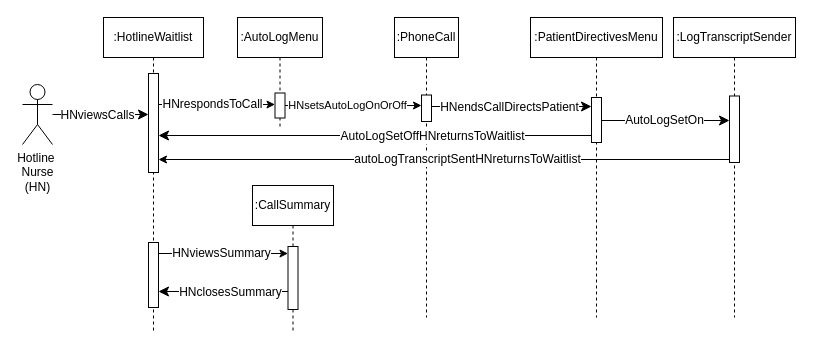
This is AmirWork/M2/Nurse_Hotline_SequenceDiagram.drawio from SENG-350-2024-fall/Team9, a draw.io file, before an edit. Source tidied: cells renumbered, new cells numbered last; positions are measured from the earlier drawing's top-left corner, leaving out a move shared by most shapes. Both pictures are drawn from the tidied source at 100%, with x=0, y=0 at pixel (22, 17).
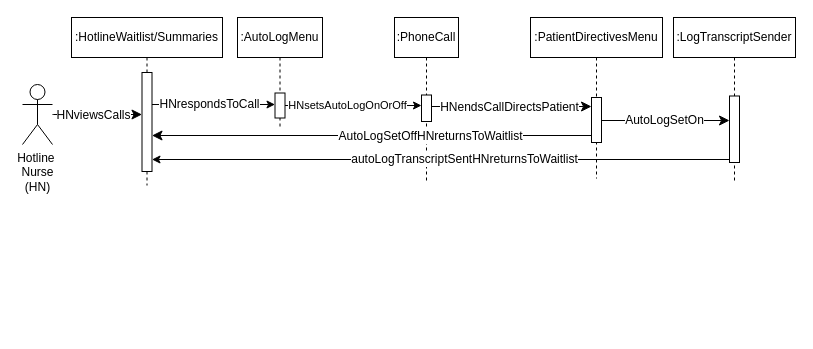
Above is the later version.

What changed in the source:
```diff
@@
-    <mxCell id="2" value=":CallSummary" style="shape=umlLifeline;perimeter=lifelinePerimeter;whiteSpace=wrap;html=1;newEdgeStyle={&quot;edgeStyle&quot;:&quot;elbowEdgeStyle&quot;,&quot;elbow&quot;:&quot;vertical&quot;,&quot;curved&quot;:0,&quot;rounded&quot;:0};" parent="1" vertex="1">
-      <mxGeometry x="230" y="168" width="81" height="146" as="geometry" />
-    </mxCell>
-    <mxCell id="3" style="html=1;points=[];perimeter=orthogonalPerimeter;outlineConnect=0;targetShapes=umlLifeline;portConstraint=eastwest;newEdgeStyle={&quot;edgeStyle&quot;:&quot;elbowEdgeStyle&quot;,&quot;elbow&quot;:&quot;vertical&quot;,&quot;curved&quot;:0,&quot;rounded&quot;:0};" parent="2" vertex="1">
-      <mxGeometry x="35.5" y="61" width="10" height="63" as="geometry" />
-    </mxCell>
-    <mxCell id="4" value=":HotlineWaitlist" style="shape=umlLifeline;perimeter=lifelinePerimeter;whiteSpace=wrap;html=1;outlineConnect=0;portConstraint=eastwest;newEdgeStyle={&quot;edgeStyle&quot;:&quot;elbowEdgeStyle&quot;,&quot;elbow&quot;:&quot;vertical&quot;,&quot;curved&quot;:0,&quot;rounded&quot;:0};" parent="1" vertex="1">
-      <mxGeometry x="81" width="100" height="313" as="geometry" />
+    <mxCell id="4" value=":HotlineWaitlist/Summaries" style="shape=umlLifeline;perimeter=lifelinePerimeter;whiteSpace=wrap;html=1;outlineConnect=0;portConstraint=eastwest;newEdgeStyle={&quot;edgeStyle&quot;:&quot;elbowEdgeStyle&quot;,&quot;elbow&quot;:&quot;vertical&quot;,&quot;curved&quot;:0,&quot;rounded&quot;:0};" parent="1" vertex="1">
+      <mxGeometry x="49" width="151" height="168" as="geometry" />
     </mxCell>
     <mxCell id="5" style="html=1;points=[];perimeter=orthogonalPerimeter;outlineConnect=0;targetShapes=umlLifeline;portConstraint=eastwest;newEdgeStyle={&quot;edgeStyle&quot;:&quot;elbowEdgeStyle&quot;,&quot;elbow&quot;:&quot;vertical&quot;,&quot;curved&quot;:0,&quot;rounded&quot;:0};" parent="4" vertex="1">
-      <mxGeometry x="45" y="56" width="10" height="99" as="geometry" />
+      <mxGeometry x="70.5" y="55" width="10" height="99" as="geometry" />
     </mxCell>
-    <mxCell id="6" style="html=1;points=[];perimeter=orthogonalPerimeter;outlineConnect=0;targetShapes=umlLifeline;portConstraint=eastwest;newEdgeStyle={&quot;edgeStyle&quot;:&quot;elbowEdgeStyle&quot;,&quot;elbow&quot;:&quot;vertical&quot;,&quot;curved&quot;:0,&quot;rounded&quot;:0};" parent="4" vertex="1">
-      <mxGeometry x="45" y="225" width="10" height="65" as="geometry" />
-    </mxCell>
-    <mxCell id="7" style="edgeStyle=elbowEdgeStyle;curved=0;rounded=0;jettySize=auto;html=1;elbow=horizontal;fontSize=12;startSize=8;endSize=8;" parent="4" edge="1" source="6" target="4">
-      <mxGeometry relative="1" as="geometry" />
-    </mxCell>
@@
     <mxCell id="15" value=":PhoneCall" style="shape=umlLifeline;perimeter=lifelinePerimeter;whiteSpace=wrap;html=1;newEdgeStyle={&quot;edgeStyle&quot;:&quot;elbowEdgeStyle&quot;,&quot;elbow&quot;:&quot;vertical&quot;,&quot;curved&quot;:0,&quot;rounded&quot;:0};" parent="1" vertex="1">
-      <mxGeometry x="372" width="64" height="300" as="geometry" />
+      <mxGeometry x="372" width="64" height="163" as="geometry" />
     </mxCell>
@@
     <mxCell id="19" value=":PatientDirectivesMenu" style="shape=umlLifeline;perimeter=lifelinePerimeter;whiteSpace=wrap;html=1;newEdgeStyle={&quot;edgeStyle&quot;:&quot;elbowEdgeStyle&quot;,&quot;elbow&quot;:&quot;vertical&quot;,&quot;curved&quot;:0,&quot;rounded&quot;:0};" parent="1" vertex="1">
-      <mxGeometry x="508" width="132" height="300" as="geometry" />
+      <mxGeometry x="508" width="132" height="161" as="geometry" />
     </mxCell>
@@
     <mxCell id="23" value=":LogTranscriptSender" style="shape=umlLifeline;perimeter=lifelinePerimeter;whiteSpace=wrap;html=1;newEdgeStyle={&quot;edgeStyle&quot;:&quot;elbowEdgeStyle&quot;,&quot;elbow&quot;:&quot;vertical&quot;,&quot;curved&quot;:0,&quot;rounded&quot;:0};" parent="1" vertex="1">
-      <mxGeometry x="651" width="122" height="300" as="geometry" />
+      <mxGeometry x="651" width="122" height="163" as="geometry" />
     </mxCell>
@@
-    <mxCell id="31" style="edgeStyle=elbowEdgeStyle;curved=0;rounded=0;jettySize=auto;html=1;elbow=horizontal;fontSize=12;startSize=8;endSize=8;" parent="1" edge="1" source="3" target="6">
-      <mxGeometry relative="1" as="geometry">
-        <Array as="points">
-          <mxPoint x="195" y="274" />
-        </Array>
-      </mxGeometry>
-    </mxCell>
-    <mxCell id="32" value="HNclosesSummary" style="edgeLabel;html=1;align=center;verticalAlign=middle;fontSize=12;" parent="31" vertex="1">
-      <mxGeometry x="-0.1" relative="1" as="geometry" />
-    </mxCell>
-    <mxCell id="33" style="edgeStyle=elbowEdgeStyle;rounded=0;jettySize=auto;html=1;elbow=vertical;curved=0;" parent="1" edge="1" source="6" target="3">
-      <mxGeometry relative="1" as="geometry">
-        <Array as="points">
-          <mxPoint x="201" y="236" />
-        </Array>
-      </mxGeometry>
-    </mxCell>
-    <mxCell id="34" value="&lt;span style=&quot;font-size: 12px;&quot;&gt;HNviewsSummary&lt;/span&gt;" style="edgeLabel;html=1;align=center;verticalAlign=middle;" parent="33" vertex="1">
-      <mxGeometry x="-0.23" relative="1" as="geometry">
-        <mxPoint x="12" y="-1" as="offset" />
-      </mxGeometry>
-    </mxCell>
```
